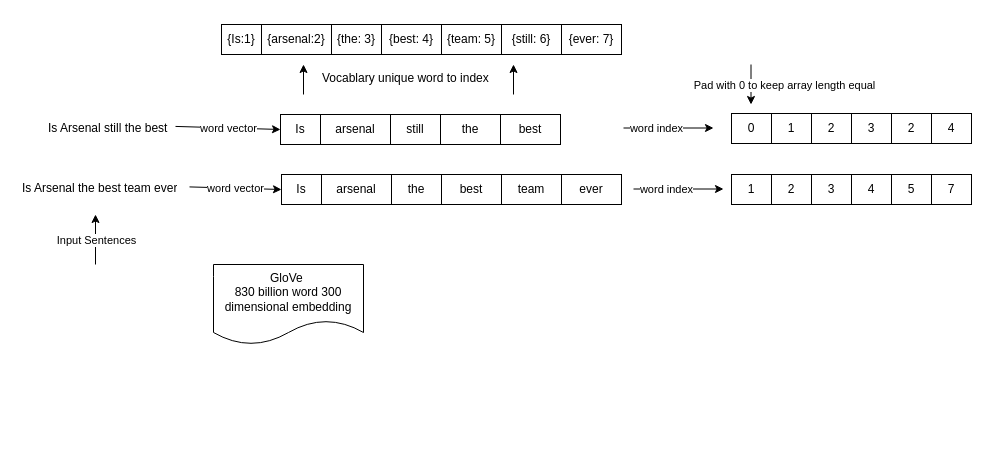
The draw.io diagram ait-736.drawio in yarafatin/app.diagrams, before the edit. Source tidied: cells renumbered, new cells numbered last; positions are measured from the earlier drawing's top-left corner, leaving out a move shared by most shapes. Both pictures are drawn from the tidied source at 100%, with x=0, y=0 at pixel (17, 24).
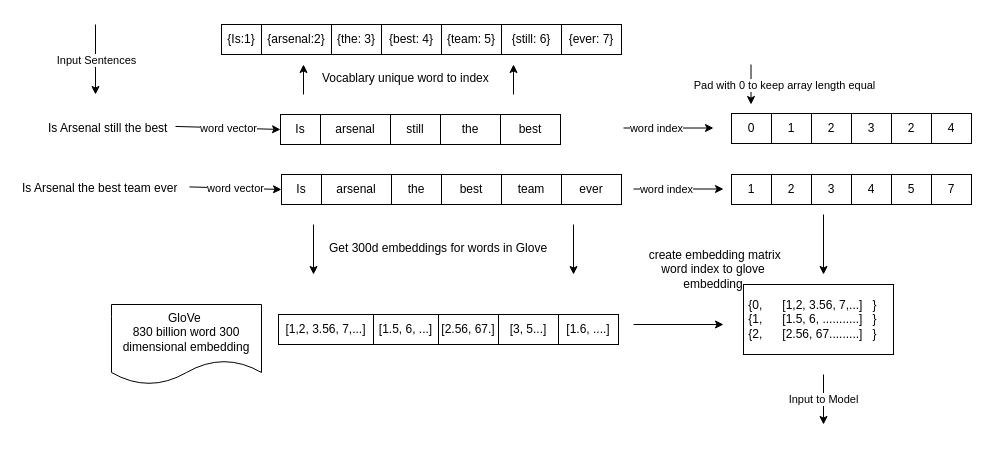
The same diagram, later.

Change to the diagram source:
```diff
@@
     <mxCell id="40" style="endArrow=classic;html=1;rounded=0;" parent="1" edge="1">
       <mxGeometry relative="1" as="geometry">
-        <mxPoint x="78" y="240" as="sourcePoint" />
-        <mxPoint x="78" y="190" as="targetPoint" />
+        <mxPoint x="78" as="sourcePoint" />
+        <mxPoint x="78" y="70" as="targetPoint" />
       </mxGeometry>
     </mxCell>
@@
     <mxCell id="49" value="GloVe&amp;nbsp;&lt;br&gt;830 billion word 300 dimensional embedding" style="shape=document;whiteSpace=wrap;html=1;boundedLbl=1;" parent="1" vertex="1">
-      <mxGeometry x="196" y="240" width="150" height="80" as="geometry" />
+      <mxGeometry x="94" y="280" width="150" height="80" as="geometry" />
     </mxCell>
+    <mxCell id="50" style="endArrow=classic;html=1;rounded=0;" parent="1" edge="1">
+      <mxGeometry relative="1" as="geometry">
+        <mxPoint x="296" y="200" as="sourcePoint" />
+        <mxPoint x="296" y="250" as="targetPoint" />
+      </mxGeometry>
+    </mxCell>
+    <mxCell id="51" style="endArrow=classic;html=1;rounded=0;" parent="1" edge="1">
+      <mxGeometry relative="1" as="geometry">
+        <mxPoint x="556" y="200" as="sourcePoint" />
+        <mxPoint x="556" y="250" as="targetPoint" />
+      </mxGeometry>
+    </mxCell>
+    <mxCell id="52" value="&lt;h1&gt;&lt;span style=&quot;background-color: initial; font-size: 12px; font-weight: normal;&quot;&gt;Get 300d embeddings for words in Glove&lt;/span&gt;&lt;br&gt;&lt;/h1&gt;" style="text;html=1;strokeColor=none;fillColor=none;spacing=5;spacingTop=-20;whiteSpace=wrap;overflow=hidden;rounded=0;" parent="1" vertex="1">
+      <mxGeometry x="307" y="200" width="239" height="40" as="geometry" />
+    </mxCell>
+    <mxCell id="53" value="[1,2, 3.56, 7,...]" style="rounded=0;whiteSpace=wrap;html=1;" parent="1" vertex="1">
+      <mxGeometry x="261" y="290" width="95" height="30" as="geometry" />
+    </mxCell>
+    <mxCell id="54" value="[1.5, 6, ...]" style="rounded=0;whiteSpace=wrap;html=1;" parent="1" vertex="1">
+      <mxGeometry x="356" y="290" width="65" height="30" as="geometry" />
+    </mxCell>
+    <mxCell id="55" value="[2.56, 67.]" style="rounded=0;whiteSpace=wrap;html=1;" parent="1" vertex="1">
+      <mxGeometry x="421" y="290" width="60" height="30" as="geometry" />
+    </mxCell>
+    <mxCell id="56" value="[3, 5...]" style="rounded=0;whiteSpace=wrap;html=1;" parent="1" vertex="1">
+      <mxGeometry x="481" y="290" width="60" height="30" as="geometry" />
+    </mxCell>
+    <mxCell id="57" value="[1.6, ....]" style="rounded=0;whiteSpace=wrap;html=1;" parent="1" vertex="1">
+      <mxGeometry x="541" y="290" width="60" height="30" as="geometry" />
+    </mxCell>
+    <mxCell id="58" style="endArrow=classic;html=1;rounded=0;" parent="1" edge="1">
+      <mxGeometry relative="1" as="geometry">
+        <mxPoint x="616" y="300" as="sourcePoint" />
+        <mxPoint x="706" y="300" as="targetPoint" />
+      </mxGeometry>
+    </mxCell>
+    <mxCell id="59" value="&amp;nbsp;{0,&amp;nbsp; &amp;nbsp; &amp;nbsp; [1,2, 3.56, 7,...]&amp;nbsp; &amp;nbsp;}&lt;br&gt;&amp;nbsp;{1,&amp;nbsp; &amp;nbsp; &amp;nbsp; [1.5, 6, ...........]&amp;nbsp; &amp;nbsp;}&lt;br&gt;&amp;nbsp;{2,&amp;nbsp; &amp;nbsp; &amp;nbsp; [2.56, 67.........]&amp;nbsp; &amp;nbsp;}" style="rounded=0;whiteSpace=wrap;html=1;align=left;" parent="1" vertex="1">
+      <mxGeometry x="726" y="260" width="150" height="70" as="geometry" />
+    </mxCell>
+    <mxCell id="60" style="endArrow=classic;html=1;rounded=0;" parent="1" edge="1">
+      <mxGeometry relative="1" as="geometry">
+        <mxPoint x="806" y="190" as="sourcePoint" />
+        <mxPoint x="806" y="250" as="targetPoint" />
+      </mxGeometry>
+    </mxCell>
+    <mxCell id="61" value="&amp;nbsp;create embedding matrix&lt;br&gt;word index to glove embedding" style="text;html=1;strokeColor=none;fillColor=none;align=center;verticalAlign=middle;whiteSpace=wrap;rounded=0;" parent="1" vertex="1">
+      <mxGeometry x="626" y="220" width="140" height="50" as="geometry" />
+    </mxCell>
+    <mxCell id="62" value="Input to Model" style="endArrow=classic;html=1;rounded=0;" parent="1" edge="1">
+      <mxGeometry relative="1" as="geometry">
+        <mxPoint x="806" y="350" as="sourcePoint" />
+        <mxPoint x="806" y="400" as="targetPoint" />
+      </mxGeometry>
+    </mxCell>
```
